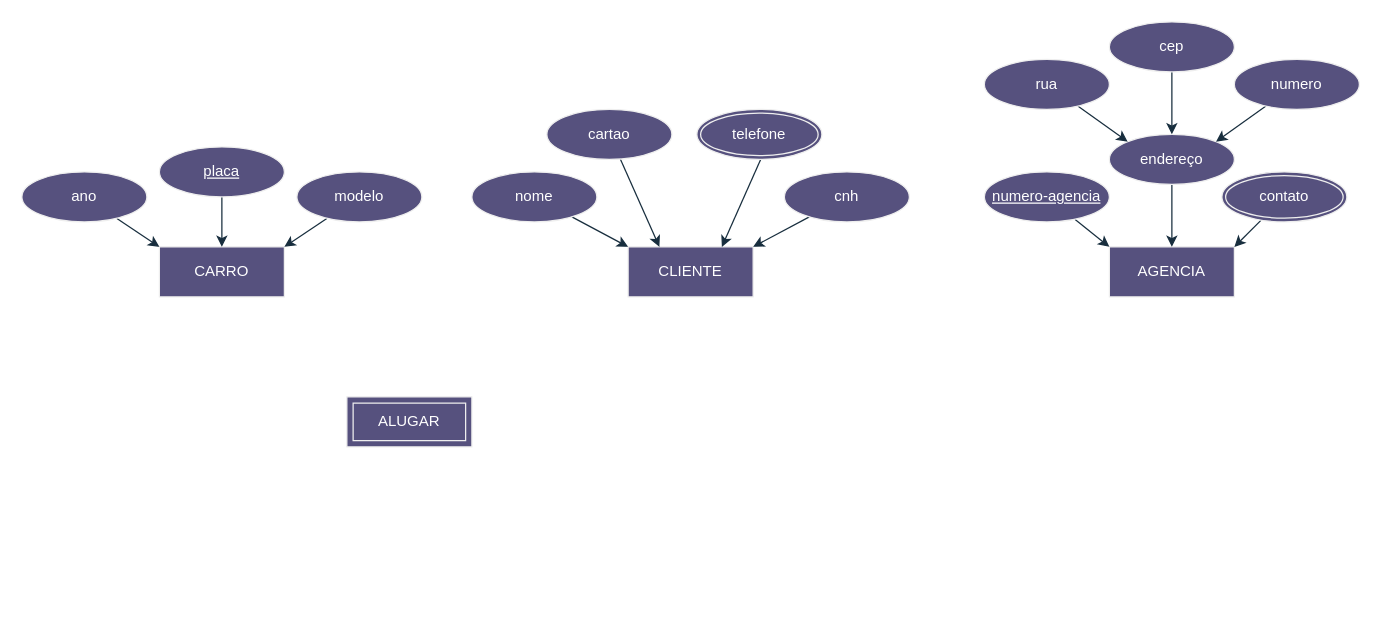
Earlier version of the draw.io diagram Full-stack/arquivos/exercicios/projetos/projeto-der-02/projeto-2.drawio (kennyendersen/uc1-back-end). Source tidied: cells renumbered, new cells numbered last; positions are measured from the earlier drawing's top-left corner, leaving out a move shared by most shapes. Both pictures are drawn from the tidied source at 125%, with x=0, y=0 at pixel (21, 21).
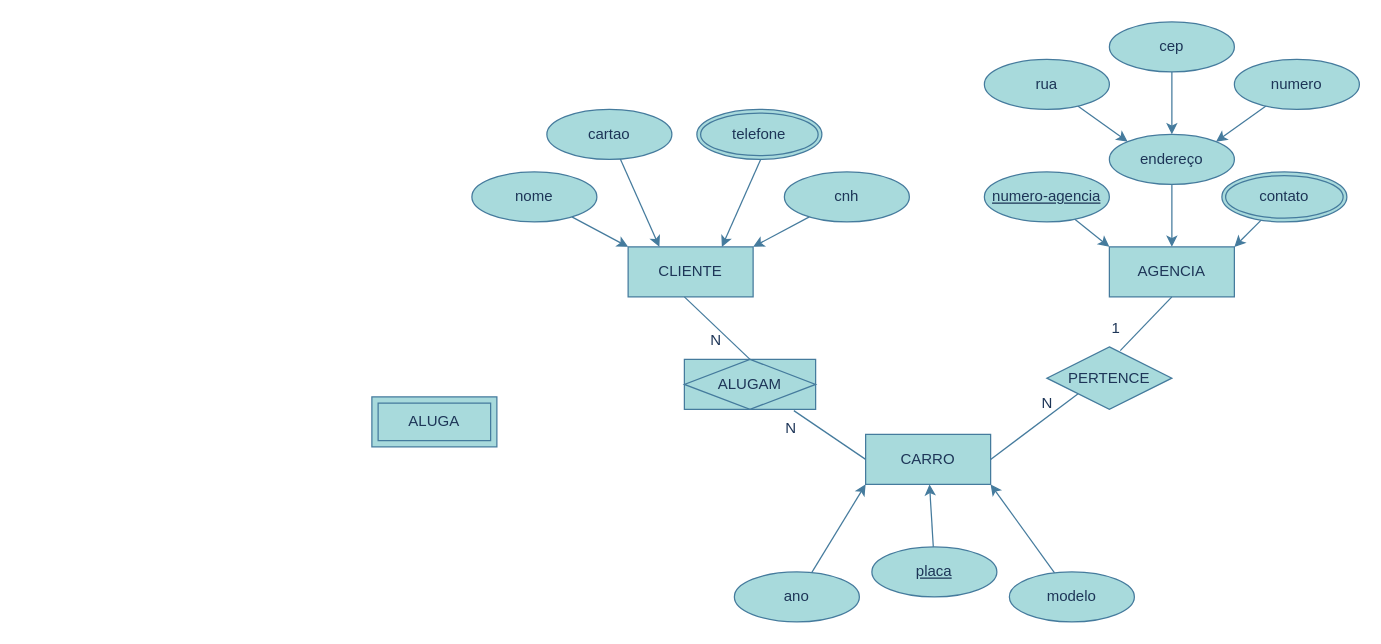
Above is the later version.

Change to the diagram source:
```diff
@@
-    <mxCell id="2" value="AGENCIA" style="whiteSpace=wrap;html=1;align=center;rounded=0;labelBackgroundColor=none;fillColor=#56517E;strokeColor=#EEEEEE;fontColor=#FFFFFF;" parent="1" vertex="1">
+    <mxCell id="2" value="AGENCIA" style="whiteSpace=wrap;html=1;align=center;rounded=0;labelBackgroundColor=none;fillColor=#A8DADC;strokeColor=#457B9D;fontColor=#1D3557;" parent="1" vertex="1">
       <mxGeometry x="870" y="180" width="100" height="40" as="geometry" />
     </mxCell>
-    <mxCell id="3" value="CLIENTE" style="whiteSpace=wrap;html=1;align=center;rounded=0;labelBackgroundColor=none;fillColor=#56517E;strokeColor=#EEEEEE;fontColor=#FFFFFF;" parent="1" vertex="1">
+    <mxCell id="3" value="CLIENTE" style="whiteSpace=wrap;html=1;align=center;rounded=0;labelBackgroundColor=none;fillColor=#A8DADC;strokeColor=#457B9D;fontColor=#1D3557;" parent="1" vertex="1">
       <mxGeometry x="485" y="180" width="100" height="40" as="geometry" />
     </mxCell>
-    <mxCell id="4" value="CARRO" style="whiteSpace=wrap;html=1;align=center;rounded=0;labelBackgroundColor=none;fillColor=#56517E;strokeColor=#EEEEEE;fontColor=#FFFFFF;" parent="1" vertex="1">
-      <mxGeometry x="110" y="180" width="100" height="40" as="geometry" />
+    <mxCell id="4" value="CARRO" style="whiteSpace=wrap;html=1;align=center;rounded=0;labelBackgroundColor=none;fillColor=#A8DADC;strokeColor=#457B9D;fontColor=#1D3557;" parent="1" vertex="1">
+      <mxGeometry x="675" y="330" width="100" height="40" as="geometry" />
     </mxCell>
-    <mxCell id="5" value="ALUGAR" style="shape=ext;margin=3;double=1;whiteSpace=wrap;html=1;align=center;rounded=0;labelBackgroundColor=none;fillColor=#56517E;strokeColor=#EEEEEE;fontColor=#FFFFFF;" parent="1" vertex="1">
-      <mxGeometry x="260" y="300" width="100" height="40" as="geometry" />
+    <mxCell id="5" value="ALUGA" style="shape=ext;margin=3;double=1;whiteSpace=wrap;html=1;align=center;rounded=0;labelBackgroundColor=none;fillColor=#A8DADC;strokeColor=#457B9D;fontColor=#1D3557;" parent="1" vertex="1">
+      <mxGeometry x="280" y="300" width="100" height="40" as="geometry" />
     </mxCell>
-    <mxCell id="6" style="edgeStyle=none;rounded=0;jettySize=auto;html=1;entryX=0;entryY=0;entryDx=0;entryDy=0;strokeColor=#182E3E;fontColor=default;labelBackgroundColor=none;" parent="1" edge="1" source="7" target="3">
+    <mxCell id="6" style="edgeStyle=none;rounded=0;jettySize=auto;html=1;entryX=0;entryY=0;entryDx=0;entryDy=0;strokeColor=#457B9D;fontColor=default;labelBackgroundColor=none;" parent="1" edge="1" source="7" target="3">
       <mxGeometry relative="1" as="geometry" />
     </mxCell>
-    <mxCell id="7" value="nome" style="ellipse;whiteSpace=wrap;html=1;align=center;strokeColor=#EEEEEE;fontColor=#FFFFFF;fillColor=#56517E;labelBackgroundColor=none;" parent="1" vertex="1">
+    <mxCell id="7" value="nome" style="ellipse;whiteSpace=wrap;html=1;align=center;strokeColor=#457B9D;fontColor=#1D3557;fillColor=#A8DADC;labelBackgroundColor=none;" parent="1" vertex="1">
       <mxGeometry x="360" y="120" width="100" height="40" as="geometry" />
     </mxCell>
-    <mxCell id="8" style="edgeStyle=none;rounded=0;jettySize=auto;html=1;entryX=0.25;entryY=0;entryDx=0;entryDy=0;strokeColor=#182E3E;fontColor=default;labelBackgroundColor=none;" parent="1" edge="1" source="9" target="3">
+    <mxCell id="8" style="edgeStyle=none;rounded=0;jettySize=auto;html=1;entryX=0.25;entryY=0;entryDx=0;entryDy=0;strokeColor=#457B9D;fontColor=default;labelBackgroundColor=none;" parent="1" edge="1" source="9" target="3">
       <mxGeometry relative="1" as="geometry" />
     </mxCell>
-    <mxCell id="9" value="cartao" style="ellipse;whiteSpace=wrap;html=1;align=center;strokeColor=#EEEEEE;fontColor=#FFFFFF;fillColor=#56517E;labelBackgroundColor=none;" parent="1" vertex="1">
+    <mxCell id="9" value="cartao" style="ellipse;whiteSpace=wrap;html=1;align=center;strokeColor=#457B9D;fontColor=#1D3557;fillColor=#A8DADC;labelBackgroundColor=none;" parent="1" vertex="1">
       <mxGeometry x="420" y="70" width="100" height="40" as="geometry" />
     </mxCell>
-    <mxCell id="10" style="edgeStyle=none;rounded=0;jettySize=auto;html=1;entryX=0.75;entryY=0;entryDx=0;entryDy=0;strokeColor=#182E3E;fontColor=default;labelBackgroundColor=none;" parent="1" edge="1" target="3">
+    <mxCell id="10" style="edgeStyle=none;rounded=0;jettySize=auto;html=1;entryX=0.75;entryY=0;entryDx=0;entryDy=0;strokeColor=#457B9D;fontColor=default;labelBackgroundColor=none;" parent="1" edge="1" target="3">
       <mxGeometry relative="1" as="geometry">
         <mxPoint x="591.2" y="109.7" as="sourcePoint" />
       </mxGeometry>
     </mxCell>
-    <mxCell id="11" style="edgeStyle=none;rounded=0;jettySize=auto;html=1;entryX=1;entryY=0;entryDx=0;entryDy=0;strokeColor=#182E3E;fontColor=default;labelBackgroundColor=none;" parent="1" edge="1" source="12" target="3">
+    <mxCell id="11" style="edgeStyle=none;rounded=0;jettySize=auto;html=1;entryX=1;entryY=0;entryDx=0;entryDy=0;strokeColor=#457B9D;fontColor=default;labelBackgroundColor=none;" parent="1" edge="1" source="12" target="3">
       <mxGeometry relative="1" as="geometry" />
     </mxCell>
-    <mxCell id="12" value="cnh" style="ellipse;whiteSpace=wrap;html=1;align=center;strokeColor=#EEEEEE;fontColor=#FFFFFF;fillColor=#56517E;labelBackgroundColor=none;" parent="1" vertex="1">
+    <mxCell id="12" value="cnh" style="ellipse;whiteSpace=wrap;html=1;align=center;strokeColor=#457B9D;fontColor=#1D3557;fillColor=#A8DADC;labelBackgroundColor=none;" parent="1" vertex="1">
       <mxGeometry x="610" y="120" width="100" height="40" as="geometry" />
     </mxCell>
-    <mxCell id="13" value="telefone" style="ellipse;shape=doubleEllipse;margin=3;whiteSpace=wrap;html=1;align=center;strokeColor=#EEEEEE;fontColor=#FFFFFF;fillColor=#56517E;" parent="1" vertex="1">
+    <mxCell id="13" value="telefone" style="ellipse;shape=doubleEllipse;margin=3;whiteSpace=wrap;html=1;align=center;strokeColor=#457B9D;fontColor=#1D3557;fillColor=#A8DADC;labelBackgroundColor=none;" parent="1" vertex="1">
       <mxGeometry x="540" y="70" width="100" height="40" as="geometry" />
     </mxCell>
-    <mxCell id="14" style="edgeStyle=none;rounded=0;jettySize=auto;html=1;entryX=0.5;entryY=0;entryDx=0;entryDy=0;strokeColor=#182E3E;" parent="1" edge="1" source="15" target="4">
+    <mxCell id="14" style="edgeStyle=none;rounded=0;jettySize=auto;html=1;labelBackgroundColor=none;strokeColor=#457B9D;fontColor=default;" parent="1" edge="1" source="15" target="4">
       <mxGeometry relative="1" as="geometry" />
     </mxCell>
-    <mxCell id="15" value="placa" style="ellipse;whiteSpace=wrap;html=1;align=center;strokeColor=#EEEEEE;fontColor=#FFFFFF;fillColor=#56517E;labelBackgroundColor=none;fontStyle=4;" parent="1" vertex="1">
-      <mxGeometry x="110" y="100" width="100" height="40" as="geometry" />
+    <mxCell id="15" value="placa" style="ellipse;whiteSpace=wrap;html=1;align=center;strokeColor=#457B9D;fontColor=#1D3557;fillColor=#A8DADC;labelBackgroundColor=none;fontStyle=4;" parent="1" vertex="1">
+      <mxGeometry x="680" y="420" width="100" height="40" as="geometry" />
     </mxCell>
-    <mxCell id="16" style="edgeStyle=none;rounded=0;jettySize=auto;html=1;entryX=1;entryY=0;entryDx=0;entryDy=0;strokeColor=#182E3E;" parent="1" edge="1" source="17" target="4">
+    <mxCell id="16" style="edgeStyle=none;rounded=0;jettySize=auto;html=1;entryX=1;entryY=1;entryDx=0;entryDy=0;labelBackgroundColor=none;strokeColor=#457B9D;fontColor=default;" parent="1" edge="1" source="17" target="4">
       <mxGeometry relative="1" as="geometry" />
     </mxCell>
-    <mxCell id="17" value="modelo" style="ellipse;whiteSpace=wrap;html=1;align=center;strokeColor=#EEEEEE;fontColor=#FFFFFF;fillColor=#56517E;labelBackgroundColor=none;" parent="1" vertex="1">
-      <mxGeometry x="220" y="120" width="100" height="40" as="geometry" />
+    <mxCell id="17" value="modelo" style="ellipse;whiteSpace=wrap;html=1;align=center;strokeColor=#457B9D;fontColor=#1D3557;fillColor=#A8DADC;labelBackgroundColor=none;" parent="1" vertex="1">
+      <mxGeometry x="790" y="440" width="100" height="40" as="geometry" />
     </mxCell>
-    <mxCell id="18" style="edgeStyle=none;rounded=0;jettySize=auto;html=1;entryX=0;entryY=0;entryDx=0;entryDy=0;strokeColor=#182E3E;" parent="1" edge="1" source="19" target="4">
+    <mxCell id="18" style="edgeStyle=none;rounded=0;jettySize=auto;html=1;entryX=0;entryY=1;entryDx=0;entryDy=0;labelBackgroundColor=none;strokeColor=#457B9D;fontColor=default;" parent="1" edge="1" source="19" target="4">
       <mxGeometry relative="1" as="geometry" />
     </mxCell>
-    <mxCell id="19" value="ano" style="ellipse;whiteSpace=wrap;html=1;align=center;strokeColor=#EEEEEE;fontColor=#FFFFFF;fillColor=#56517E;labelBackgroundColor=none;" parent="1" vertex="1">
-      <mxGeometry y="120" width="100" height="40" as="geometry" />
+    <mxCell id="19" value="ano" style="ellipse;whiteSpace=wrap;html=1;align=center;strokeColor=#457B9D;fontColor=#1D3557;fillColor=#A8DADC;labelBackgroundColor=none;" parent="1" vertex="1">
+      <mxGeometry x="570" y="440" width="100" height="40" as="geometry" />
     </mxCell>
-    <mxCell id="20" style="edgeStyle=none;rounded=0;jettySize=auto;html=1;entryX=0;entryY=0;entryDx=0;entryDy=0;strokeColor=#182E3E;" parent="1" edge="1" source="21" target="2">
+    <mxCell id="20" style="edgeStyle=none;rounded=0;jettySize=auto;html=1;entryX=0;entryY=0;entryDx=0;entryDy=0;strokeColor=#457B9D;labelBackgroundColor=none;fontColor=default;" parent="1" edge="1" source="21" target="2">
       <mxGeometry relative="1" as="geometry" />
     </mxCell>
-    <mxCell id="21" value="numero-agencia" style="ellipse;whiteSpace=wrap;html=1;align=center;fontStyle=4;strokeColor=#EEEEEE;fontColor=#FFFFFF;fillColor=#56517E;" parent="1" vertex="1">
+    <mxCell id="21" value="numero-agencia" style="ellipse;whiteSpace=wrap;html=1;align=center;fontStyle=4;strokeColor=#457B9D;fontColor=#1D3557;fillColor=#A8DADC;labelBackgroundColor=none;" parent="1" vertex="1">
       <mxGeometry x="770" y="120" width="100" height="40" as="geometry" />
     </mxCell>
-    <mxCell id="22" style="edgeStyle=none;rounded=0;jettySize=auto;html=1;entryX=0.5;entryY=0;entryDx=0;entryDy=0;strokeColor=#182E3E;" parent="1" edge="1" source="23" target="2">
+    <mxCell id="22" style="edgeStyle=none;rounded=0;jettySize=auto;html=1;entryX=0.5;entryY=0;entryDx=0;entryDy=0;strokeColor=#457B9D;labelBackgroundColor=none;fontColor=default;" parent="1" edge="1" source="23" target="2">
       <mxGeometry relative="1" as="geometry" />
     </mxCell>
-    <mxCell id="23" value="endereço" style="ellipse;whiteSpace=wrap;html=1;align=center;strokeColor=#EEEEEE;fontColor=#FFFFFF;fillColor=#56517E;" parent="1" vertex="1">
+    <mxCell id="23" value="endereço" style="ellipse;whiteSpace=wrap;html=1;align=center;strokeColor=#457B9D;fontColor=#1D3557;fillColor=#A8DADC;labelBackgroundColor=none;" parent="1" vertex="1">
       <mxGeometry x="870" y="90" width="100" height="40" as="geometry" />
     </mxCell>
-    <mxCell id="24" style="edgeStyle=none;rounded=0;jettySize=auto;html=1;entryX=1;entryY=0;entryDx=0;entryDy=0;strokeColor=#182E3E;" parent="1" edge="1" source="25" target="2">
+    <mxCell id="24" style="edgeStyle=none;rounded=0;jettySize=auto;html=1;entryX=1;entryY=0;entryDx=0;entryDy=0;strokeColor=#457B9D;labelBackgroundColor=none;fontColor=default;" parent="1" edge="1" source="25" target="2">
       <mxGeometry relative="1" as="geometry" />
     </mxCell>
-    <mxCell id="25" value="contato" style="ellipse;shape=doubleEllipse;margin=3;whiteSpace=wrap;html=1;align=center;strokeColor=#EEEEEE;fontColor=#FFFFFF;fillColor=#56517E;" parent="1" vertex="1">
+    <mxCell id="25" value="contato" style="ellipse;shape=doubleEllipse;margin=3;whiteSpace=wrap;html=1;align=center;strokeColor=#457B9D;fontColor=#1D3557;fillColor=#A8DADC;labelBackgroundColor=none;" parent="1" vertex="1">
       <mxGeometry x="960" y="120" width="100" height="40" as="geometry" />
     </mxCell>
-    <mxCell id="26" style="edgeStyle=none;rounded=0;jettySize=auto;html=1;entryX=1;entryY=0;entryDx=0;entryDy=0;strokeColor=#182E3E;" parent="1" edge="1" source="27" target="23">
+    <mxCell id="26" style="edgeStyle=none;rounded=0;jettySize=auto;html=1;entryX=1;entryY=0;entryDx=0;entryDy=0;strokeColor=#457B9D;labelBackgroundColor=none;fontColor=default;" parent="1" edge="1" source="27" target="23">
       <mxGeometry relative="1" as="geometry" />
     </mxCell>
-    <mxCell id="27" value="numero" style="ellipse;whiteSpace=wrap;html=1;align=center;strokeColor=#EEEEEE;fontColor=#FFFFFF;fillColor=#56517E;labelBackgroundColor=none;" parent="1" vertex="1">
+    <mxCell id="27" value="numero" style="ellipse;whiteSpace=wrap;html=1;align=center;strokeColor=#457B9D;fontColor=#1D3557;fillColor=#A8DADC;labelBackgroundColor=none;" parent="1" vertex="1">
       <mxGeometry x="970" y="30" width="100" height="40" as="geometry" />
     </mxCell>
-    <mxCell id="28" style="edgeStyle=none;rounded=0;jettySize=auto;html=1;entryX=0;entryY=0;entryDx=0;entryDy=0;strokeColor=#182E3E;" parent="1" edge="1" source="29" target="23">
+    <mxCell id="28" style="edgeStyle=none;rounded=0;jettySize=auto;html=1;entryX=0;entryY=0;entryDx=0;entryDy=0;strokeColor=#457B9D;labelBackgroundColor=none;fontColor=default;" parent="1" edge="1" source="29" target="23">
       <mxGeometry relative="1" as="geometry" />
     </mxCell>
-    <mxCell id="29" value="rua" style="ellipse;whiteSpace=wrap;html=1;align=center;strokeColor=#EEEEEE;fontColor=#FFFFFF;fillColor=#56517E;labelBackgroundColor=none;" parent="1" vertex="1">
+    <mxCell id="29" value="rua" style="ellipse;whiteSpace=wrap;html=1;align=center;strokeColor=#457B9D;fontColor=#1D3557;fillColor=#A8DADC;labelBackgroundColor=none;" parent="1" vertex="1">
       <mxGeometry x="770" y="30" width="100" height="40" as="geometry" />
     </mxCell>
-    <mxCell id="30" style="edgeStyle=none;rounded=0;jettySize=auto;html=1;entryX=0.5;entryY=0;entryDx=0;entryDy=0;strokeColor=#182E3E;" parent="1" edge="1" source="31" target="23">
+    <mxCell id="30" style="edgeStyle=none;rounded=0;jettySize=auto;html=1;entryX=0.5;entryY=0;entryDx=0;entryDy=0;strokeColor=#457B9D;labelBackgroundColor=none;fontColor=default;" parent="1" edge="1" source="31" target="23">
       <mxGeometry relative="1" as="geometry" />
     </mxCell>
-    <mxCell id="31" value="cep" style="ellipse;whiteSpace=wrap;html=1;align=center;strokeColor=#EEEEEE;fontColor=#FFFFFF;fillColor=#56517E;labelBackgroundColor=none;" parent="1" vertex="1">
+    <mxCell id="31" value="cep" style="ellipse;whiteSpace=wrap;html=1;align=center;strokeColor=#457B9D;fontColor=#1D3557;fillColor=#A8DADC;labelBackgroundColor=none;" parent="1" vertex="1">
       <mxGeometry x="870" width="100" height="40" as="geometry" />
     </mxCell>
+    <mxCell id="32" value="ALUGAM" style="shape=associativeEntity;whiteSpace=wrap;html=1;align=center;labelBackgroundColor=none;fillColor=#A8DADC;strokeColor=#457B9D;fontColor=#1D3557;" parent="1" vertex="1">
+      <mxGeometry x="530" y="270" width="105" height="40" as="geometry" />
+    </mxCell>
+    <mxCell id="33" value="PERTENCE" style="shape=rhombus;perimeter=rhombusPerimeter;whiteSpace=wrap;html=1;align=center;labelBackgroundColor=none;fillColor=#A8DADC;strokeColor=#457B9D;fontColor=#1D3557;" parent="1" vertex="1">
+      <mxGeometry x="820" y="260" width="100" height="50" as="geometry" />
+    </mxCell>
+    <mxCell id="34" style="endArrow=none;html=1;rounded=0;entryX=0.5;entryY=0;entryDx=0;entryDy=0;exitX=0.5;exitY=1;exitDx=0;exitDy=0;labelBackgroundColor=none;strokeColor=#457B9D;fontColor=default;" parent="1" edge="1" target="32">
+      <mxGeometry relative="1" as="geometry">
+        <mxPoint x="530" y="220" as="sourcePoint" />
+      </mxGeometry>
+    </mxCell>
+    <mxCell id="35" style="endArrow=none;html=1;rounded=0;entryX=0;entryY=0.5;entryDx=0;entryDy=0;exitX=0.834;exitY=1.025;exitDx=0;exitDy=0;exitPerimeter=0;labelBackgroundColor=none;strokeColor=#457B9D;fontColor=default;" parent="1" edge="1" source="32" target="4">
+      <mxGeometry relative="1" as="geometry" />
+    </mxCell>
+    <mxCell id="36" style="endArrow=none;html=1;rounded=0;entryX=0.587;entryY=0.06;entryDx=0;entryDy=0;exitX=0.5;exitY=1;exitDx=0;exitDy=0;entryPerimeter=0;labelBackgroundColor=none;strokeColor=#457B9D;fontColor=default;" parent="1" edge="1" target="33">
+      <mxGeometry relative="1" as="geometry">
+        <mxPoint x="920" y="220" as="sourcePoint" />
+      </mxGeometry>
+    </mxCell>
+    <mxCell id="37" style="endArrow=none;html=1;rounded=0;entryX=0;entryY=1;entryDx=0;entryDy=0;exitX=0.5;exitY=1;exitDx=0;exitDy=0;labelBackgroundColor=none;strokeColor=#457B9D;fontColor=default;" parent="1" edge="1" target="33">
+      <mxGeometry relative="1" as="geometry">
+        <mxPoint x="775" y="350" as="sourcePoint" />
+      </mxGeometry>
+    </mxCell>
+    <mxCell id="38" value="N" style="text;html=1;align=center;verticalAlign=middle;strokeColor=none;fillColor=none;labelBackgroundColor=none;fontColor=#1D3557;" parent="1" vertex="1">
+      <mxGeometry x="540" y="240" width="30" height="30" as="geometry" />
+    </mxCell>
+    <mxCell id="39" value="N" style="text;html=1;align=center;verticalAlign=middle;strokeColor=none;fillColor=none;labelBackgroundColor=none;fontColor=#1D3557;" parent="1" vertex="1">
+      <mxGeometry x="600" y="310" width="30" height="30" as="geometry" />
+    </mxCell>
+    <mxCell id="40" value="N" style="text;html=1;align=center;verticalAlign=middle;strokeColor=none;fillColor=none;labelBackgroundColor=none;fontColor=#1D3557;" parent="1" vertex="1">
+      <mxGeometry x="805" y="290" width="30" height="30" as="geometry" />
+    </mxCell>
+    <mxCell id="41" value="1" style="text;html=1;align=center;verticalAlign=middle;strokeColor=none;fillColor=none;labelBackgroundColor=none;fontColor=#1D3557;" parent="1" vertex="1">
+      <mxGeometry x="860" y="230" width="30" height="30" as="geometry" />
+    </mxCell>
```
